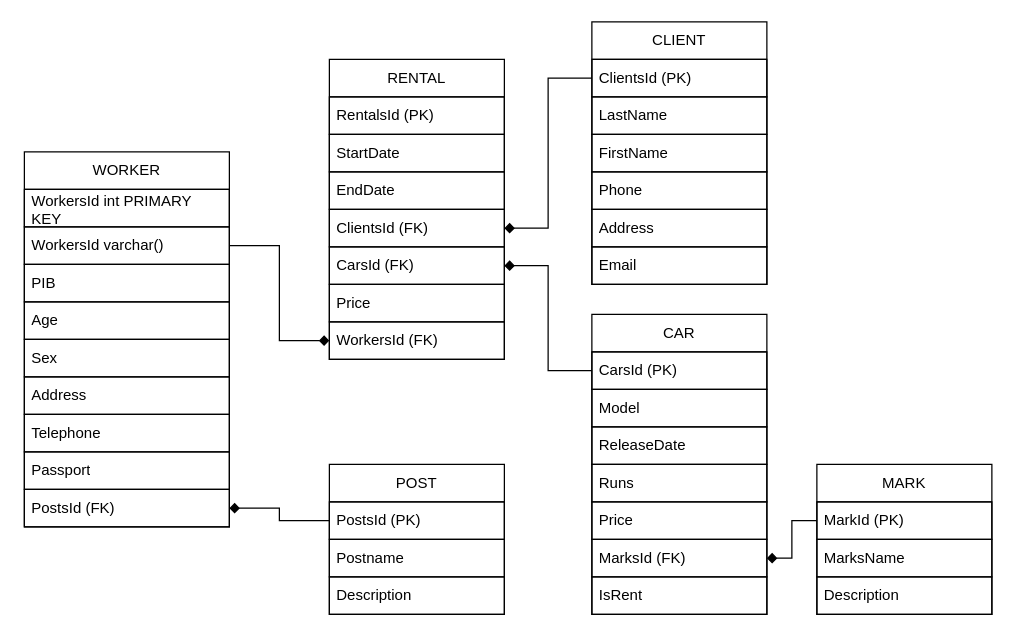
Before: physical.drawio in Erw1n-git/drawio_flowcharts, a draw.io diagram. Source tidied: cells renumbered, new cells numbered last; positions are measured from the earlier drawing's top-left corner, leaving out a move shared by most shapes. Both pictures are drawn from the tidied source at 125%, with x=0, y=0 at pixel (24, 21).
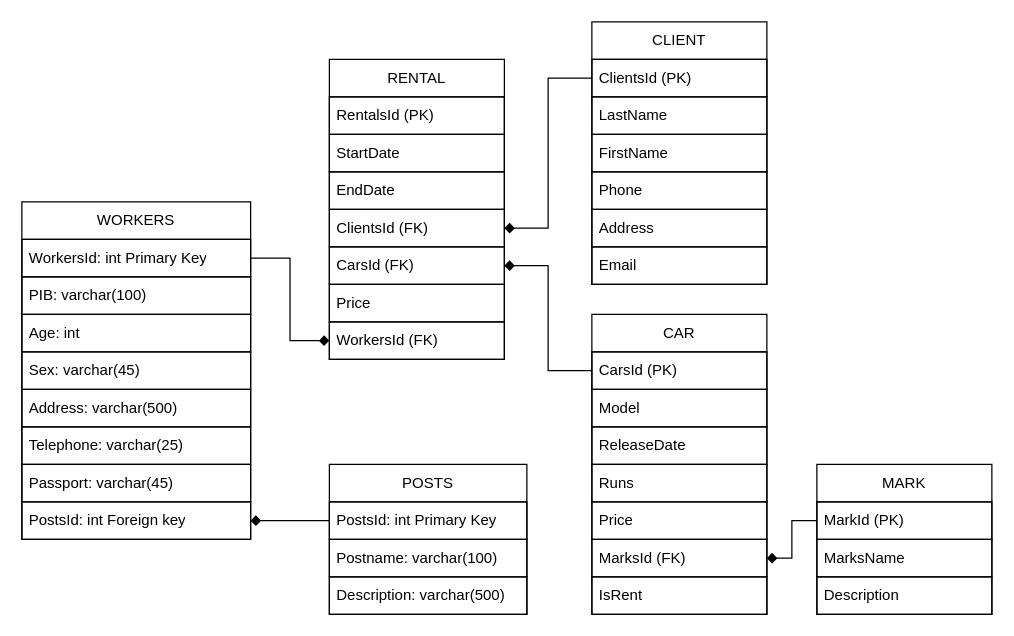
The same page after the edit.

Unchanged cells that the change refers to:
```xml
<mxCell id="24" value="WorkersId (FK)" style="text;strokeColor=default;fillColor=none;align=left;verticalAlign=middle;spacingLeft=4;spacingRight=4;overflow=hidden;points=[[0,0.5],[1,0.5]];portConstraint=eastwest;whiteSpace=wrap;html=1;" parent="17" vertex="1">
  <mxGeometry y="210" width="140" height="30" as="geometry" />
</mxCell>
```

Diff of the diagram source:
```diff
@@
-    <mxCell id="2" value="&lt;div&gt;WORKER&lt;/div&gt;" style="swimlane;fontStyle=0;horizontal=1;startSize=30;whiteSpace=wrap;html=1;" parent="1" vertex="1">
-      <mxGeometry y="104" width="164" height="300" as="geometry" />
+    <mxCell id="2" value="&lt;div&gt;WORKERS&lt;/div&gt;" style="swimlane;fontStyle=0;horizontal=1;startSize=30;whiteSpace=wrap;html=1;" parent="1" vertex="1">
+      <mxGeometry x="-2" y="144" width="183" height="270" as="geometry" />
     </mxCell>
-    <mxCell id="3" value="&lt;div&gt;WorkersId int PRIMARY KEY&lt;br&gt;&lt;/div&gt;" style="text;strokeColor=default;fillColor=none;align=left;verticalAlign=middle;spacingLeft=4;spacingRight=4;overflow=hidden;points=[[0,0.5],[1,0.5]];portConstraint=eastwest;whiteSpace=wrap;html=1;" parent="2" vertex="1">
-      <mxGeometry y="30" width="164" height="30" as="geometry" />
+    <mxCell id="3" value="&lt;div&gt;WorkersId: int Primary Key&lt;br&gt;&lt;/div&gt;" style="text;strokeColor=default;fillColor=none;align=left;verticalAlign=middle;spacingLeft=4;spacingRight=4;overflow=hidden;points=[[0,0.5],[1,0.5]];portConstraint=eastwest;whiteSpace=wrap;html=1;" parent="2" vertex="1">
+      <mxGeometry y="30" width="183" height="30" as="geometry" />
     </mxCell>
-    <mxCell id="4" value="&lt;div&gt;WorkersId varchar()&lt;br&gt;&lt;/div&gt;" style="text;strokeColor=default;fillColor=none;align=left;verticalAlign=middle;spacingLeft=4;spacingRight=4;overflow=hidden;points=[[0,0.5],[1,0.5]];portConstraint=eastwest;whiteSpace=wrap;html=1;" parent="2" vertex="1">
-      <mxGeometry y="60" width="164" height="30" as="geometry" />
-    </mxCell>
-    <mxCell id="5" value="PIB" style="text;strokeColor=default;fillColor=none;align=left;verticalAlign=middle;spacingLeft=4;spacingRight=4;overflow=hidden;whiteSpace=wrap;html=1;" parent="2" vertex="1">
-      <mxGeometry y="90" width="164" height="30" as="geometry" />
+    <mxCell id="5" value="PIB: varchar(100)" style="text;strokeColor=default;fillColor=none;align=left;verticalAlign=middle;spacingLeft=4;spacingRight=4;overflow=hidden;whiteSpace=wrap;html=1;" parent="2" vertex="1">
+      <mxGeometry y="60" width="183" height="30" as="geometry" />
     </mxCell>
-    <mxCell id="6" value="&lt;div&gt;Age&lt;/div&gt;" style="text;strokeColor=default;fillColor=none;align=left;verticalAlign=middle;spacingLeft=4;spacingRight=4;overflow=hidden;whiteSpace=wrap;html=1;" parent="2" vertex="1">
-      <mxGeometry y="120" width="164" height="30" as="geometry" />
+    <mxCell id="6" value="&lt;div&gt;Age: int&lt;br&gt;&lt;/div&gt;" style="text;strokeColor=default;fillColor=none;align=left;verticalAlign=middle;spacingLeft=4;spacingRight=4;overflow=hidden;whiteSpace=wrap;html=1;" parent="2" vertex="1">
+      <mxGeometry y="90" width="183" height="30" as="geometry" />
     </mxCell>
-    <mxCell id="7" value="Sex" style="text;strokeColor=default;fillColor=none;align=left;verticalAlign=middle;spacingLeft=4;spacingRight=4;overflow=hidden;whiteSpace=wrap;html=1;" parent="2" vertex="1">
-      <mxGeometry y="150" width="164" height="30" as="geometry" />
+    <mxCell id="7" value="Sex: varchar(45) " style="text;strokeColor=default;fillColor=none;align=left;verticalAlign=middle;spacingLeft=4;spacingRight=4;overflow=hidden;whiteSpace=wrap;html=1;" parent="2" vertex="1">
+      <mxGeometry y="120" width="183" height="30" as="geometry" />
     </mxCell>
-    <mxCell id="8" value="&lt;div&gt;Address&lt;/div&gt;" style="text;strokeColor=default;fillColor=none;align=left;verticalAlign=middle;spacingLeft=4;spacingRight=4;overflow=hidden;whiteSpace=wrap;html=1;" parent="2" vertex="1">
-      <mxGeometry y="180" width="164" height="30" as="geometry" />
+    <mxCell id="8" value="&lt;div&gt;Address: varchar(500)&lt;br&gt;&lt;/div&gt;" style="text;strokeColor=default;fillColor=none;align=left;verticalAlign=middle;spacingLeft=4;spacingRight=4;overflow=hidden;whiteSpace=wrap;html=1;" parent="2" vertex="1">
+      <mxGeometry y="150" width="183" height="30" as="geometry" />
     </mxCell>
-    <mxCell id="9" value="Telephone" style="text;strokeColor=default;fillColor=none;align=left;verticalAlign=middle;spacingLeft=4;spacingRight=4;overflow=hidden;whiteSpace=wrap;html=1;" parent="2" vertex="1">
-      <mxGeometry y="210" width="164" height="30" as="geometry" />
+    <mxCell id="9" value="Telephone: varchar(25)" style="text;strokeColor=default;fillColor=none;align=left;verticalAlign=middle;spacingLeft=4;spacingRight=4;overflow=hidden;whiteSpace=wrap;html=1;" parent="2" vertex="1">
+      <mxGeometry y="180" width="183" height="30" as="geometry" />
     </mxCell>
-    <mxCell id="10" value="Passport" style="text;strokeColor=default;fillColor=none;align=left;verticalAlign=middle;spacingLeft=4;spacingRight=4;overflow=hidden;whiteSpace=wrap;html=1;" parent="2" vertex="1">
-      <mxGeometry y="240" width="164" height="30" as="geometry" />
+    <mxCell id="10" value="Passport: varchar(45)" style="text;strokeColor=default;fillColor=none;align=left;verticalAlign=middle;spacingLeft=4;spacingRight=4;overflow=hidden;whiteSpace=wrap;html=1;" parent="2" vertex="1">
+      <mxGeometry y="210" width="183" height="30" as="geometry" />
     </mxCell>
-    <mxCell id="11" value="PostsId (FK)" style="text;strokeColor=default;fillColor=none;align=left;verticalAlign=middle;spacingLeft=4;spacingRight=4;overflow=hidden;points=[[0,0.5],[1,0.5]];portConstraint=eastwest;whiteSpace=wrap;html=1;" parent="2" vertex="1">
-      <mxGeometry y="270" width="164" height="30" as="geometry" />
+    <mxCell id="11" value="PostsId: int Foreign key" style="text;strokeColor=default;fillColor=none;align=left;verticalAlign=middle;spacingLeft=4;spacingRight=4;overflow=hidden;points=[[0,0.5],[1,0.5]];portConstraint=eastwest;whiteSpace=wrap;html=1;" parent="2" vertex="1">
+      <mxGeometry y="240" width="183" height="30" as="geometry" />
     </mxCell>
-    <mxCell id="12" value="POST" style="swimlane;fontStyle=0;horizontal=1;startSize=30;whiteSpace=wrap;html=1;" parent="1" vertex="1">
-      <mxGeometry x="244" y="354" width="140" height="120" as="geometry" />
+    <mxCell id="12" value="POSTS" style="swimlane;fontStyle=0;horizontal=1;startSize=30;whiteSpace=wrap;html=1;" parent="1" vertex="1">
+      <mxGeometry x="244" y="354" width="158" height="120" as="geometry" />
     </mxCell>
-    <mxCell id="13" value="PostsId (PK)" style="text;strokeColor=default;fillColor=none;align=left;verticalAlign=middle;spacingLeft=4;spacingRight=4;overflow=hidden;points=[[0,0.5],[1,0.5]];portConstraint=eastwest;whiteSpace=wrap;html=1;" parent="12" vertex="1">
-      <mxGeometry y="30" width="140" height="30" as="geometry" />
+    <mxCell id="13" value="PostsId: int Primary Key " style="text;strokeColor=default;fillColor=none;align=left;verticalAlign=middle;spacingLeft=4;spacingRight=4;overflow=hidden;points=[[0,0.5],[1,0.5]];portConstraint=eastwest;whiteSpace=wrap;html=1;" parent="12" vertex="1">
+      <mxGeometry y="30" width="158" height="30" as="geometry" />
     </mxCell>
-    <mxCell id="14" value="Postname" style="text;strokeColor=default;fillColor=none;align=left;verticalAlign=middle;spacingLeft=4;spacingRight=4;overflow=hidden;whiteSpace=wrap;html=1;" parent="12" vertex="1">
-      <mxGeometry y="60" width="140" height="30" as="geometry" />
+    <mxCell id="14" value="Postname: varchar(100)" style="text;strokeColor=default;fillColor=none;align=left;verticalAlign=middle;spacingLeft=4;spacingRight=4;overflow=hidden;whiteSpace=wrap;html=1;" parent="12" vertex="1">
+      <mxGeometry y="60" width="158" height="30" as="geometry" />
     </mxCell>
-    <mxCell id="15" value="Description" style="text;strokeColor=default;fillColor=none;align=left;verticalAlign=middle;spacingLeft=4;spacingRight=4;overflow=hidden;whiteSpace=wrap;html=1;" parent="12" vertex="1">
-      <mxGeometry y="90" width="140" height="30" as="geometry" />
+    <mxCell id="15" value="Description: varchar(500)" style="text;strokeColor=default;fillColor=none;align=left;verticalAlign=middle;spacingLeft=4;spacingRight=4;overflow=hidden;whiteSpace=wrap;html=1;" parent="12" vertex="1">
+      <mxGeometry y="90" width="158" height="30" as="geometry" />
     </mxCell>
@@
-    <mxCell id="25" style="edgeStyle=orthogonalEdgeStyle;rounded=0;jettySize=auto;html=1;entryX=0;entryY=0.5;entryDx=0;entryDy=0;endArrow=diamond;endFill=1;" parent="1" edge="1" source="4" target="24">
-      <mxGeometry relative="1" as="geometry" />
-    </mxCell>
@@
+    <mxCell id="48" style="edgeStyle=orthogonalEdgeStyle;rounded=0;jettySize=auto;html=1;entryX=0;entryY=0.5;entryDx=0;entryDy=0;endArrow=diamond;endFill=1;" parent="1" edge="1" source="3" target="24">
+      <mxGeometry relative="1" as="geometry" />
+    </mxCell>
```
